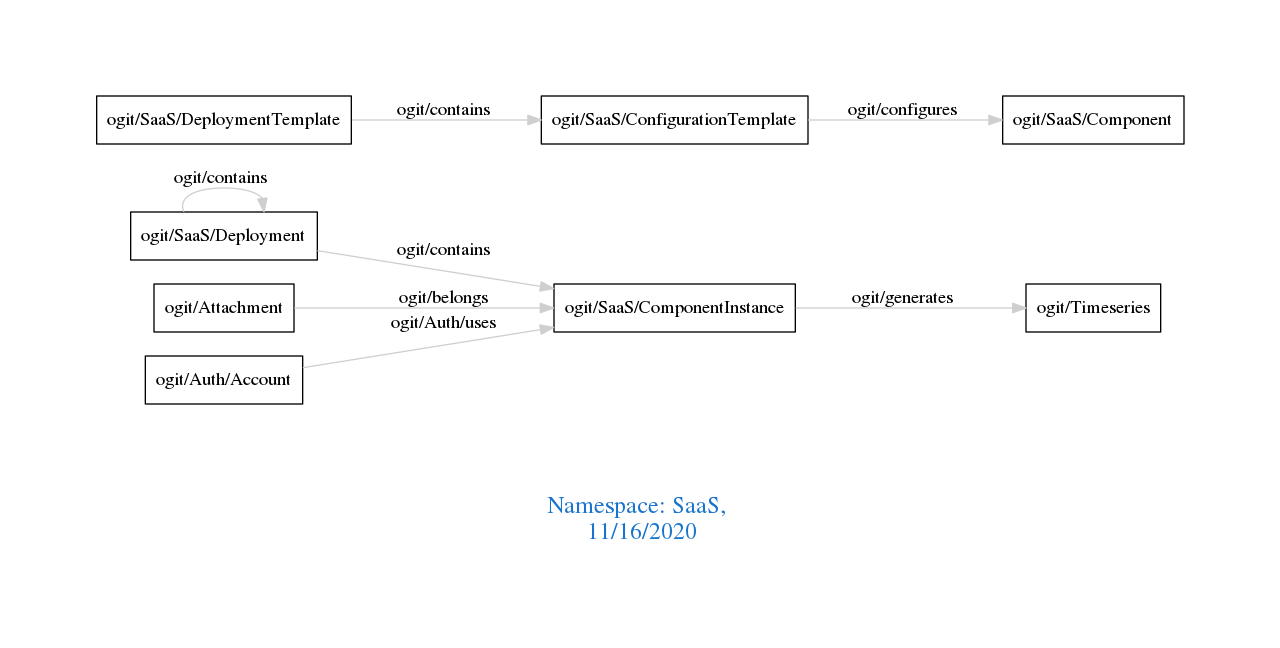
Before: downloads/SaaS.png, a diagram exported from Graphviz (arago/OGIT). Its source is kept beside it as downloads/SaaS.dot.
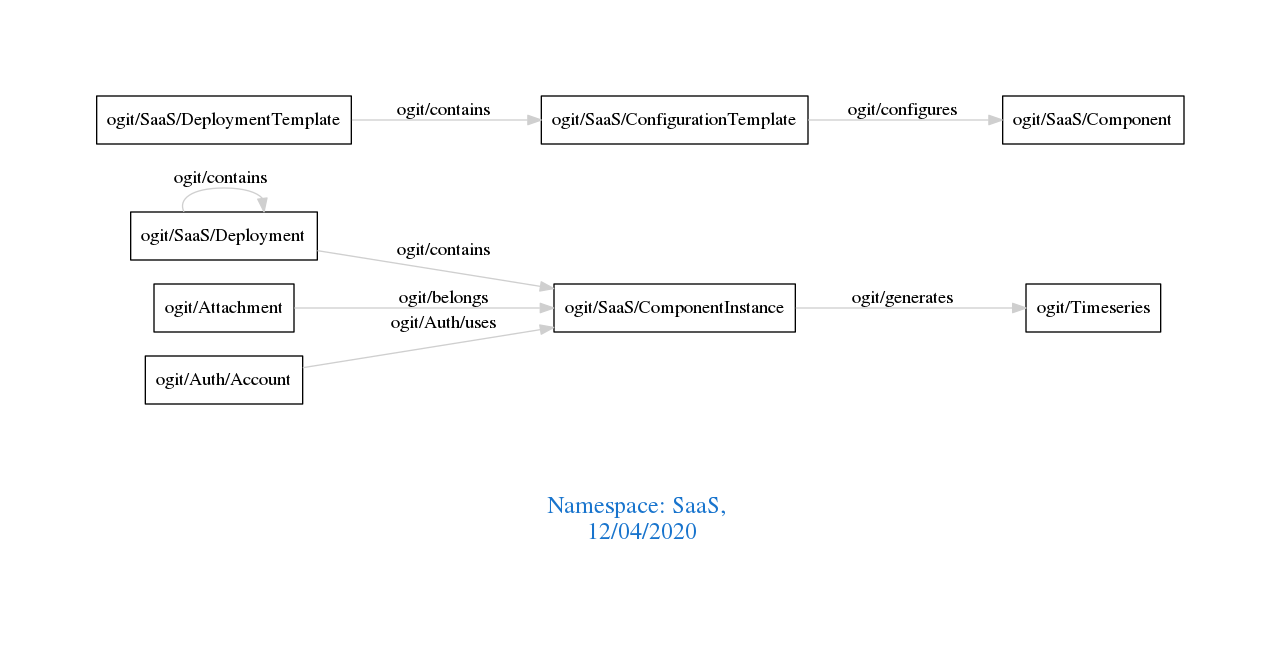
After the change.

What changed in the source:
```diff
@@ -1,7 +1,7 @@
 digraph OGIT_ontology {
  graph [ rankdir= LR,pad=1
 fontsize = 18,
-fontcolor= dodgerblue3,label = "\n\n\nNamespace: SaaS, \n 11/16/2020"];
+fontcolor= dodgerblue3,label = "\n\n\nNamespace: SaaS, \n 12/04/2020"];
 node[shape=polygon];
 edge [  color="gray81"];
 
```
